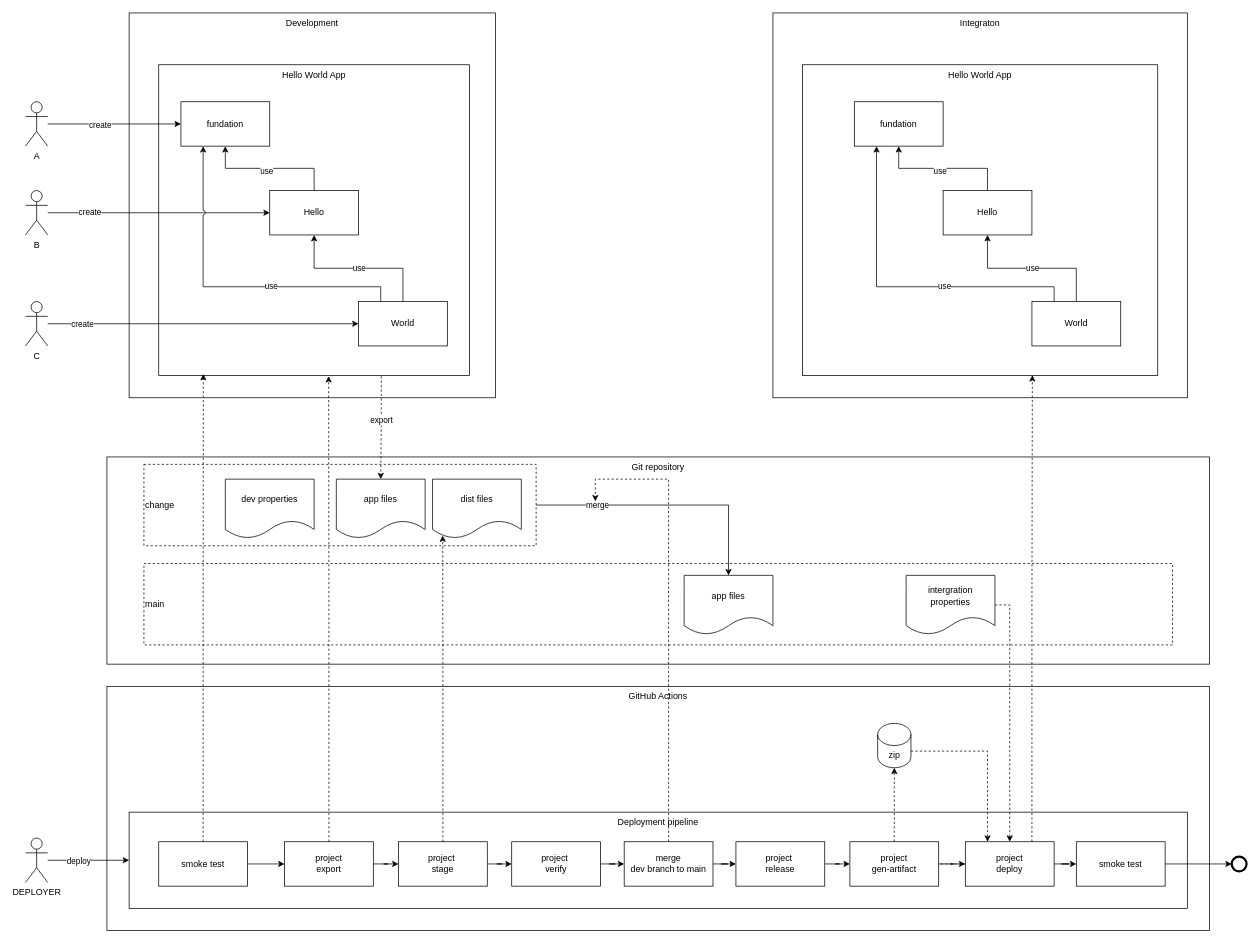
Before: page "general lifecycle" (2 of 6) of progress/E.3/model.drawio in rstyczynski/APEX_CICD, a draw.io diagram. Source tidied: cells renumbered, new cells numbered last; positions are measured from the earlier drawing's top-left corner, leaving out a move shared by most shapes. Both pictures are drawn from the tidied source at 74%, with x=0, y=0 at pixel (25, 13).
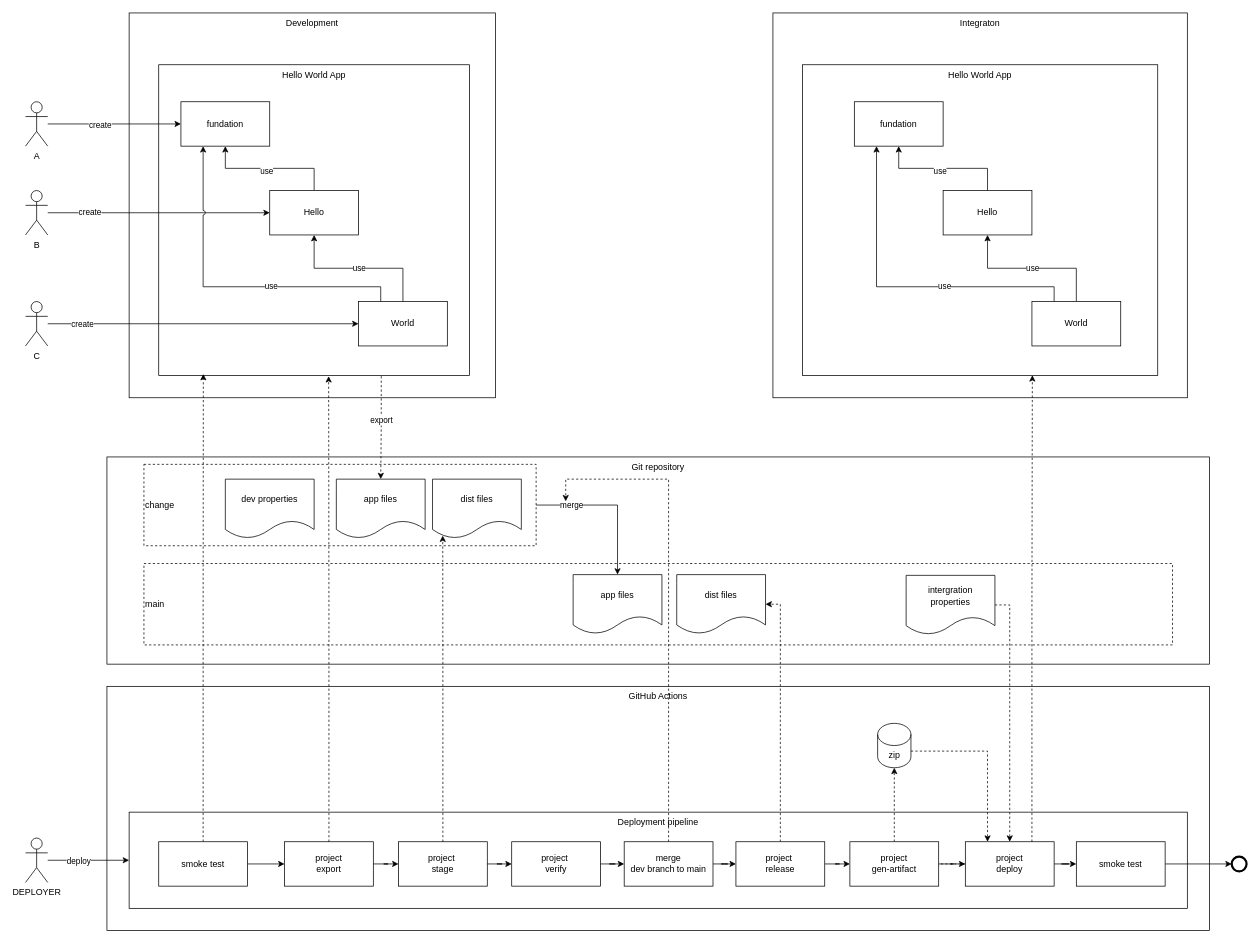
After the change.

The change refers to these unchanged cells:
```xml
<mxCell id="3" value="change" style="rounded=0;whiteSpace=wrap;html=1;fillColor=none;dashed=1;align=left;horizontal=1;" parent="1" vertex="1">
  <mxGeometry x="160" y="610" width="530" height="110" as="geometry" />
</mxCell>
<mxCell id="66" value="project&amp;nbsp;&lt;div&gt;release&lt;/div&gt;" style="rounded=0;whiteSpace=wrap;html=1;" parent="1" vertex="1">
  <mxGeometry x="960" y="1120" width="120" height="60" as="geometry" />
</mxCell>
<mxCell id="70" value="merge&lt;div&gt;dev branch to main&lt;/div&gt;" style="rounded=0;whiteSpace=wrap;html=1;" parent="1" vertex="1">
  <mxGeometry x="809" y="1120" width="120" height="60" as="geometry" />
</mxCell>
```

What changed in the source:
```diff
@@
+    <mxCell id="77" style="edgeStyle=orthogonalEdgeStyle;rounded=0;jettySize=auto;html=1;entryX=1;entryY=0.5;entryDx=0;entryDy=0;dashed=1;" parent="1" edge="1" source="66" target="78">
+      <mxGeometry relative="1" as="geometry" />
+    </mxCell>
@@
     <mxCell id="67" value="merge" style="edgeStyle=orthogonalEdgeStyle;rounded=0;jettySize=auto;html=1;exitX=1;exitY=0.5;exitDx=0;exitDy=0;entryX=0.5;entryY=0;entryDx=0;entryDy=0;" parent="1" edge="1" source="3" target="72">
       <mxGeometry x="-0.53" relative="1" as="geometry">
         <Array as="points">
-          <mxPoint x="950.1" y="665.1" />
+          <mxPoint x="800.1" y="665" />
         </Array>
       </mxGeometry>
     </mxCell>
@@
     <mxCell id="69" style="edgeStyle=orthogonalEdgeStyle;rounded=0;jettySize=auto;html=1;exitX=0.5;exitY=0;exitDx=0;exitDy=0;dashed=1;" parent="1" edge="1" source="70">
       <mxGeometry relative="1" as="geometry">
-        <mxPoint x="770" y="660" as="targetPoint" />
+        <mxPoint x="730" y="660" as="targetPoint" />
         <Array as="points">
           <mxPoint x="869" y="630" />
-          <mxPoint x="770" y="630" />
+          <mxPoint x="730" y="630" />
         </Array>
       </mxGeometry>
     </mxCell>
@@
     <mxCell id="72" value="app files" style="shape=document;whiteSpace=wrap;html=1;boundedLbl=1;" parent="1" vertex="1">
-      <mxGeometry x="890" y="760" width="120" height="80" as="geometry" />
+      <mxGeometry x="740" y="759" width="120" height="80" as="geometry" />
     </mxCell>
@@
+    <mxCell id="78" value="dist files" style="shape=document;whiteSpace=wrap;html=1;boundedLbl=1;" parent="1" vertex="1">
+      <mxGeometry x="880" y="759" width="120" height="80" as="geometry" />
+    </mxCell>
```
